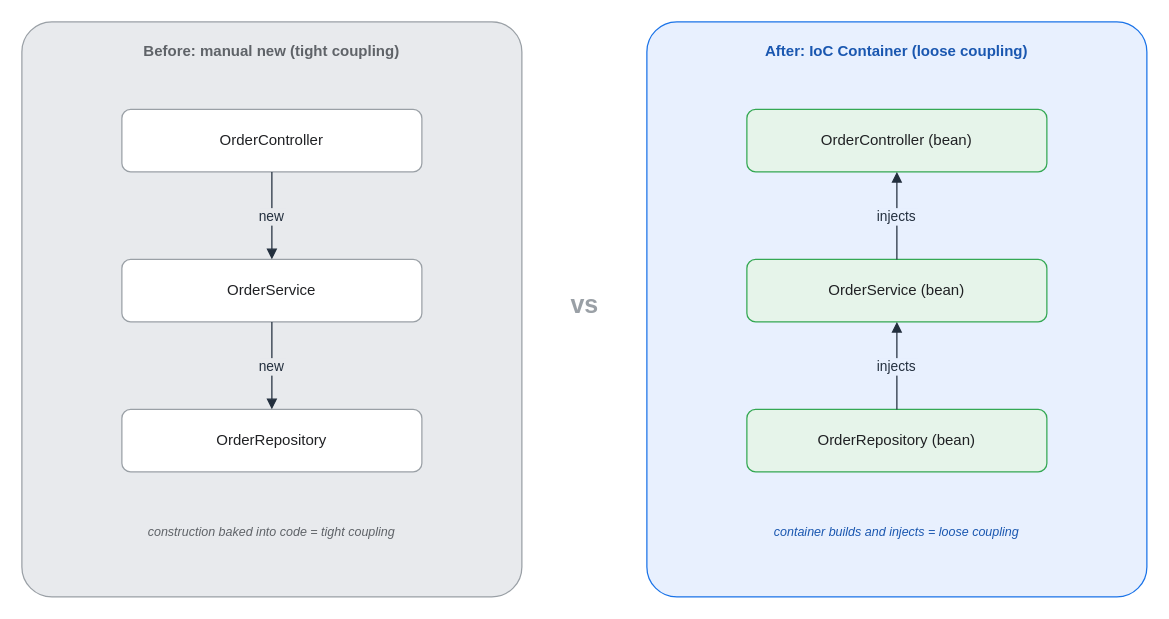
Above: assets/img/spring/spring-03-ioc-before-after.drawio in KKamJi98/kkamji98.github.io (draw.io), before the change. Source tidied: cells renumbered, new cells numbered last; positions are measured from the earlier drawing's top-left corner, leaving out a move shared by most shapes. Both pictures are drawn from the tidied source at 125%, with x=0, y=0 at pixel (21, 21).
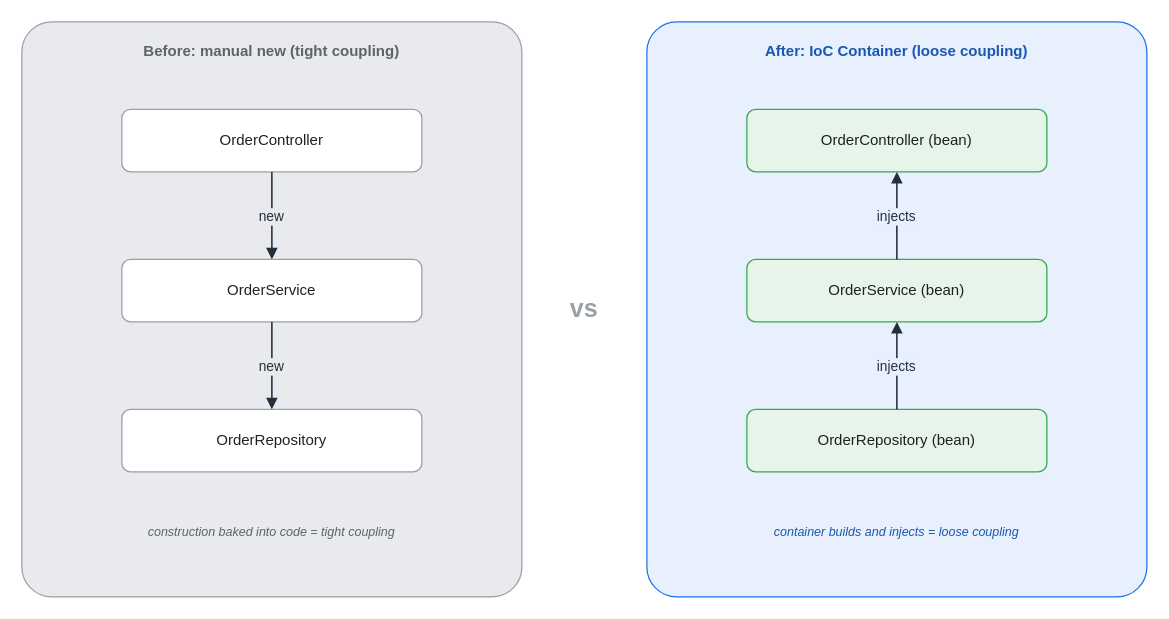
After the change.

The edit, as a diff of the source:
```diff
@@
 <mxGraphModel background="#FFFFFF">
   <root>
     <mxCell id="0" />
     <mxCell id="1" parent="0" />
-    <mxCell id="2" value="Before: manual new (tight coupling)" style="rounded=1;whiteSpace=wrap;html=1;arcSize=6;shadow=0;fillColor=#E8EAED;strokeColor=#9AA0A6;fontColor=#5F6368;fontStyle=1;verticalAlign=top;align=center;spacingTop=10;" parent="1" vertex="1">
+    <mxCell id="2" value="Before: manual new (tight coupling)" style="rounded=1;whiteSpace=wrap;html=0;arcSize=6;shadow=0;fillColor=#E8EAED;strokeColor=#9AA0A6;fontColor=#5F6368;fontStyle=1;verticalAlign=top;align=center;spacingTop=10;" parent="1" vertex="1">
       <mxGeometry width="400" height="460" as="geometry" />
     </mxCell>
-    <mxCell id="3" value="After: IoC Container (loose coupling)" style="rounded=1;whiteSpace=wrap;html=1;arcSize=6;shadow=0;fillColor=#E8F0FE;strokeColor=#1A73E8;fontColor=#1A57B0;fontStyle=1;verticalAlign=top;align=center;spacingTop=10;" parent="1" vertex="1">
+    <mxCell id="3" value="After: IoC Container (loose coupling)" style="rounded=1;whiteSpace=wrap;html=0;arcSize=6;shadow=0;fillColor=#E8F0FE;strokeColor=#1A73E8;fontColor=#1A57B0;fontStyle=1;verticalAlign=top;align=center;spacingTop=10;" parent="1" vertex="1">
       <mxGeometry x="500" width="400" height="460" as="geometry" />
     </mxCell>
-    <mxCell id="4" value="vs" style="text;html=1;align=center;verticalAlign=middle;fontSize=20;fontStyle=1;fontColor=#9AA0A6;" parent="1" vertex="1">
-      <mxGeometry x="415" y="205" width="70" height="40" as="geometry" />
+    <mxCell id="4" value="vs" style="text;html=0;align=center;verticalAlign=middle;fontSize=20;fontStyle=1;fontColor=#9AA0A6;" parent="1" vertex="1">
+      <mxGeometry x="415" y="205" width="70" height="45" as="geometry" />
     </mxCell>
-    <mxCell id="5" value="OrderController" style="rounded=1;whiteSpace=wrap;html=1;arcSize=14;shadow=0;fillColor=#FFFFFF;strokeColor=#9AA0A6;fontColor=#202124;" parent="1" vertex="1">
+    <mxCell id="5" value="OrderController" style="rounded=1;whiteSpace=wrap;html=0;arcSize=14;shadow=0;fillColor=#FFFFFF;strokeColor=#9AA0A6;fontColor=#202124;" parent="1" vertex="1">
       <mxGeometry x="80" y="70" width="240" height="50" as="geometry" />
     </mxCell>
-    <mxCell id="6" value="OrderService" style="rounded=1;whiteSpace=wrap;html=1;arcSize=14;shadow=0;fillColor=#FFFFFF;strokeColor=#9AA0A6;fontColor=#202124;" parent="1" vertex="1">
+    <mxCell id="6" value="OrderService" style="rounded=1;whiteSpace=wrap;html=0;arcSize=14;shadow=0;fillColor=#FFFFFF;strokeColor=#9AA0A6;fontColor=#202124;" parent="1" vertex="1">
       <mxGeometry x="80" y="190" width="240" height="50" as="geometry" />
     </mxCell>
-    <mxCell id="7" value="OrderRepository" style="rounded=1;whiteSpace=wrap;html=1;arcSize=14;shadow=0;fillColor=#FFFFFF;strokeColor=#9AA0A6;fontColor=#202124;" parent="1" vertex="1">
+    <mxCell id="7" value="OrderRepository" style="rounded=1;whiteSpace=wrap;html=0;arcSize=14;shadow=0;fillColor=#FFFFFF;strokeColor=#9AA0A6;fontColor=#202124;" parent="1" vertex="1">
       <mxGeometry x="80" y="310" width="240" height="50" as="geometry" />
     </mxCell>
-    <mxCell id="8" value="construction baked into code = tight coupling" style="text;html=1;align=center;verticalAlign=middle;whiteSpace=wrap;fontSize=10;fontColor=#5F6368;fontStyle=2;" parent="1" vertex="1">
+    <mxCell id="8" value="construction baked into code = tight coupling" style="text;html=0;align=center;verticalAlign=middle;whiteSpace=wrap;fontSize=10;fontColor=#5F6368;fontStyle=2;" parent="1" vertex="1">
       <mxGeometry x="20" y="388" width="360" height="40" as="geometry" />
     </mxCell>
-    <mxCell id="9" value="OrderController (bean)" style="rounded=1;whiteSpace=wrap;html=1;arcSize=14;shadow=0;fillColor=#E6F4EA;strokeColor=#34A853;fontColor=#202124;" parent="1" vertex="1">
+    <mxCell id="9" value="OrderController (bean)" style="rounded=1;whiteSpace=wrap;html=0;arcSize=14;shadow=0;fillColor=#E6F4EA;strokeColor=#34A853;fontColor=#202124;" parent="1" vertex="1">
       <mxGeometry x="580" y="70" width="240" height="50" as="geometry" />
     </mxCell>
-    <mxCell id="10" value="OrderService (bean)" style="rounded=1;whiteSpace=wrap;html=1;arcSize=14;shadow=0;fillColor=#E6F4EA;strokeColor=#34A853;fontColor=#202124;" parent="1" vertex="1">
+    <mxCell id="10" value="OrderService (bean)" style="rounded=1;whiteSpace=wrap;html=0;arcSize=14;shadow=0;fillColor=#E6F4EA;strokeColor=#34A853;fontColor=#202124;" parent="1" vertex="1">
       <mxGeometry x="580" y="190" width="240" height="50" as="geometry" />
     </mxCell>
-    <mxCell id="11" value="OrderRepository (bean)" style="rounded=1;whiteSpace=wrap;html=1;arcSize=14;shadow=0;fillColor=#E6F4EA;strokeColor=#34A853;fontColor=#202124;" parent="1" vertex="1">
+    <mxCell id="11" value="OrderRepository (bean)" style="rounded=1;whiteSpace=wrap;html=0;arcSize=14;shadow=0;fillColor=#E6F4EA;strokeColor=#34A853;fontColor=#202124;" parent="1" vertex="1">
       <mxGeometry x="580" y="310" width="240" height="50" as="geometry" />
     </mxCell>
-    <mxCell id="12" value="container builds and injects = loose coupling" style="text;html=1;align=center;verticalAlign=middle;whiteSpace=wrap;fontSize=10;fontColor=#1A57B0;fontStyle=2;" parent="1" vertex="1">
+    <mxCell id="12" value="container builds and injects = loose coupling" style="text;html=0;align=center;verticalAlign=middle;whiteSpace=wrap;fontSize=10;fontColor=#1A57B0;fontStyle=2;" parent="1" vertex="1">
       <mxGeometry x="520" y="388" width="360" height="40" as="geometry" />
     </mxCell>
-    <mxCell id="13" value="new" style="edgeStyle=orthogonalEdgeStyle;rounded=1;html=0;fontColor=#232F3E;strokeColor=#232F3E;labelBackgroundColor=#E8EAED;endArrow=block;exitX=0.5;exitY=1;exitDx=0;exitDy=0;entryX=0.5;entryY=0;entryDx=0;entryDy=0;" parent="1" edge="1" source="5" target="6">
+    <mxCell id="13" value="new" style="edgeStyle=orthogonalEdgeStyle;rounded=1;html=0;fontColor=#232F3E;strokeColor=#232F3E;labelBackgroundColor=#E8EAED;endArrow=block;exitX=0.5;exitY=1;exitDx=0;exitDy=0;entryX=0.5;entryY=0;entryDx=0;entryDy=0;strokeWidth=1.25;" parent="1" edge="1" source="5" target="6">
       <mxGeometry relative="1" as="geometry" />
     </mxCell>
-    <mxCell id="14" value="new" style="edgeStyle=orthogonalEdgeStyle;rounded=1;html=0;fontColor=#232F3E;strokeColor=#232F3E;labelBackgroundColor=#E8EAED;endArrow=block;exitX=0.5;exitY=1;exitDx=0;exitDy=0;entryX=0.5;entryY=0;entryDx=0;entryDy=0;" parent="1" edge="1" source="6" target="7">
+    <mxCell id="14" value="new" style="edgeStyle=orthogonalEdgeStyle;rounded=1;html=0;fontColor=#232F3E;strokeColor=#232F3E;labelBackgroundColor=#E8EAED;endArrow=block;exitX=0.5;exitY=1;exitDx=0;exitDy=0;entryX=0.5;entryY=0;entryDx=0;entryDy=0;strokeWidth=1.25;" parent="1" edge="1" source="6" target="7">
       <mxGeometry relative="1" as="geometry" />
     </mxCell>
-    <mxCell id="15" value="injects" style="edgeStyle=orthogonalEdgeStyle;rounded=1;html=0;fontColor=#232F3E;strokeColor=#232F3E;labelBackgroundColor=#E8F0FE;endArrow=block;exitX=0.5;exitY=0;exitDx=0;exitDy=0;entryX=0.5;entryY=1;entryDx=0;entryDy=0;" parent="1" edge="1" source="11" target="10">
+    <mxCell id="15" value="injects" style="edgeStyle=orthogonalEdgeStyle;rounded=1;html=0;fontColor=#232F3E;strokeColor=#232F3E;labelBackgroundColor=#E8F0FE;endArrow=block;exitX=0.5;exitY=0;exitDx=0;exitDy=0;entryX=0.5;entryY=1;entryDx=0;entryDy=0;strokeWidth=1.25;" parent="1" edge="1" source="11" target="10">
       <mxGeometry relative="1" as="geometry" />
     </mxCell>
-    <mxCell id="16" value="injects" style="edgeStyle=orthogonalEdgeStyle;rounded=1;html=0;fontColor=#232F3E;strokeColor=#232F3E;labelBackgroundColor=#E8F0FE;endArrow=block;exitX=0.5;exitY=0;exitDx=0;exitDy=0;entryX=0.5;entryY=1;entryDx=0;entryDy=0;" parent="1" edge="1" source="10" target="9">
+    <mxCell id="16" value="injects" style="edgeStyle=orthogonalEdgeStyle;rounded=1;html=0;fontColor=#232F3E;strokeColor=#232F3E;labelBackgroundColor=#E8F0FE;endArrow=block;exitX=0.5;exitY=0;exitDx=0;exitDy=0;entryX=0.5;entryY=1;entryDx=0;entryDy=0;strokeWidth=1.25;" parent="1" edge="1" source="10" target="9">
       <mxGeometry relative="1" as="geometry" />
     </mxCell>
   </root>
 </mxGraphModel>
```
